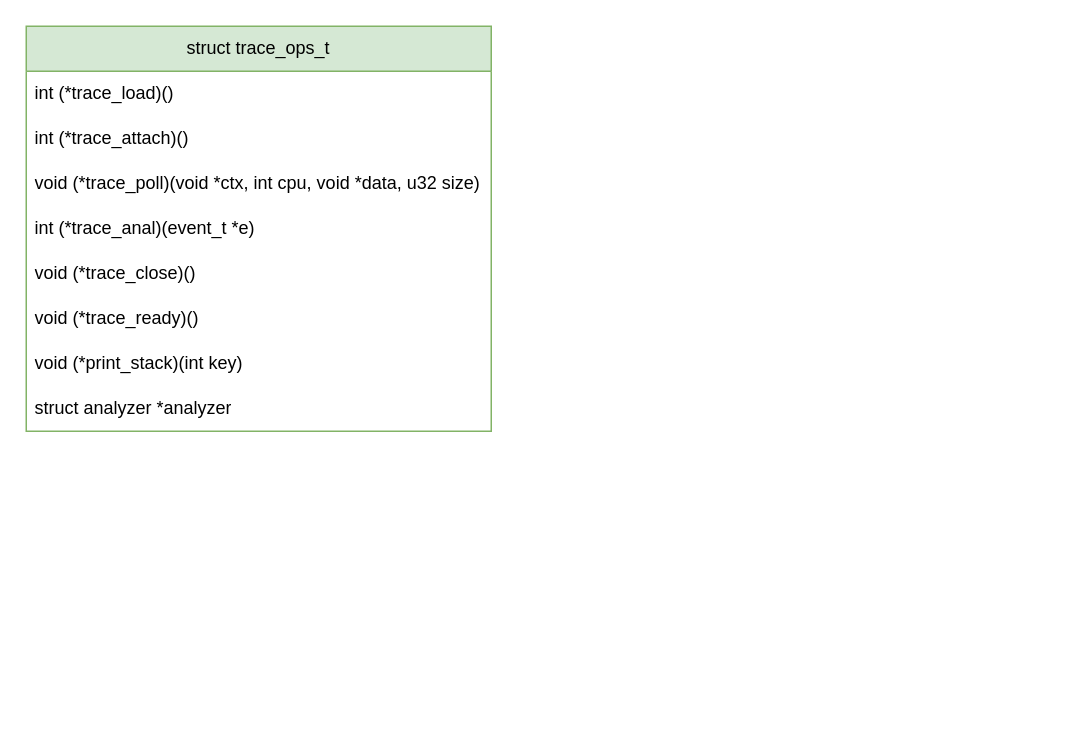
This is nettrace.drawio from casciiy/OS-Study, a draw.io file, before an edit. Source tidied: cells renumbered, new cells numbered last; positions are measured from the earlier drawing's top-left corner, leaving out a move shared by most shapes. Both pictures are drawn from the tidied source at 150%, with x=0, y=0 at pixel (26, 26).
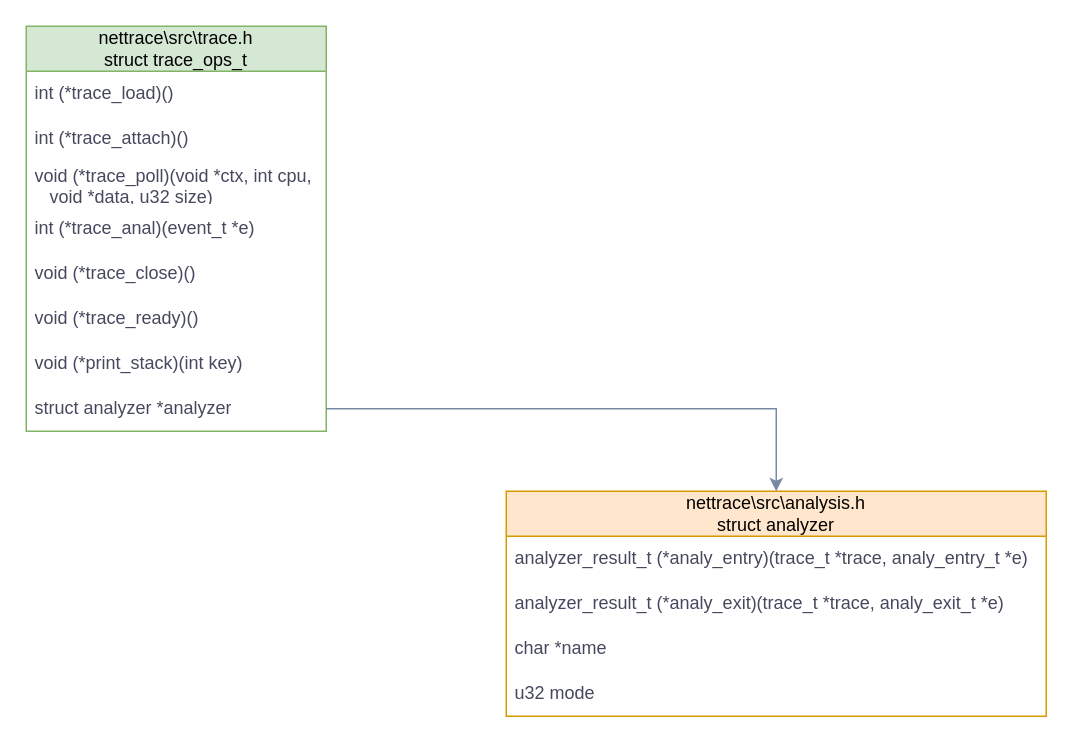
Above is the later version.

Diff of the diagram source:
```diff
@@
 <mxGraphModel>
   <root>
     <mxCell id="0" />
     <mxCell id="1" parent="0" />
-    <mxCell id="2" value="struct trace_ops_t" style="swimlane;fontStyle=0;horizontal=1;startSize=30;whiteSpace=wrap;html=1;fillColor=#d5e8d4;strokeColor=#82b366;" parent="1" vertex="1">
-      <mxGeometry width="310" height="270" as="geometry" />
+    <mxCell id="2" value="nettrace\src\trace.h&lt;br&gt;struct trace_ops_t" style="swimlane;fontStyle=0;horizontal=1;startSize=30;whiteSpace=wrap;html=1;rounded=0;labelBackgroundColor=none;fillColor=#d5e8d4;strokeColor=#82b366;" parent="1" vertex="1">
+      <mxGeometry width="200" height="270" as="geometry" />
     </mxCell>
-    <mxCell id="3" value="int (*trace_load)()" style="text;strokeColor=none;fillColor=none;align=left;verticalAlign=middle;spacingLeft=4;spacingRight=4;overflow=hidden;whiteSpace=wrap;html=1;" parent="2" vertex="1">
-      <mxGeometry y="30" width="310" height="30" as="geometry" />
+    <mxCell id="3" value="int (*trace_load)()" style="text;strokeColor=none;fillColor=none;align=left;verticalAlign=middle;spacingLeft=4;spacingRight=4;overflow=hidden;whiteSpace=wrap;html=1;rounded=0;labelBackgroundColor=none;fontColor=#46495D;" parent="2" vertex="1">
+      <mxGeometry y="30" width="200" height="30" as="geometry" />
     </mxCell>
-    <mxCell id="4" value="int (*trace_attach)()" style="text;strokeColor=none;fillColor=none;align=left;verticalAlign=middle;spacingLeft=4;spacingRight=4;overflow=hidden;whiteSpace=wrap;html=1;" parent="2" vertex="1">
-      <mxGeometry y="60" width="310" height="30" as="geometry" />
+    <mxCell id="4" value="int (*trace_attach)()" style="text;strokeColor=none;fillColor=none;align=left;verticalAlign=middle;spacingLeft=4;spacingRight=4;overflow=hidden;whiteSpace=wrap;html=1;rounded=0;labelBackgroundColor=none;fontColor=#46495D;" parent="2" vertex="1">
+      <mxGeometry y="60" width="200" height="30" as="geometry" />
     </mxCell>
-    <mxCell id="5" value="void (*trace_poll)(void *ctx, int cpu, void *data, u32 size)" style="text;strokeColor=none;fillColor=none;align=left;verticalAlign=middle;spacingLeft=4;spacingRight=4;overflow=hidden;whiteSpace=wrap;html=1;" parent="2" vertex="1">
-      <mxGeometry y="90" width="310" height="30" as="geometry" />
+    <mxCell id="5" value="void (*trace_poll)(void *ctx, int cpu, &lt;br&gt;&lt;span style=&quot;white-space: pre;&quot;&gt; &lt;/span&gt;&lt;span style=&quot;white-space: pre;&quot;&gt; &lt;/span&gt;&lt;span style=&quot;white-space: pre;&quot;&gt; &lt;/span&gt;void *data, u32 size)" style="text;strokeColor=none;fillColor=none;align=left;verticalAlign=middle;spacingLeft=4;spacingRight=4;overflow=hidden;whiteSpace=wrap;html=1;rounded=0;labelBackgroundColor=none;fontColor=#46495D;" parent="2" vertex="1">
+      <mxGeometry y="90" width="200" height="30" as="geometry" />
     </mxCell>
-    <mxCell id="6" value="int (*trace_anal)(event_t *e)" style="text;strokeColor=none;fillColor=none;align=left;verticalAlign=middle;spacingLeft=4;spacingRight=4;overflow=hidden;whiteSpace=wrap;html=1;" parent="2" vertex="1">
-      <mxGeometry y="120" width="310" height="30" as="geometry" />
+    <mxCell id="6" value="int (*trace_anal)(event_t *e)" style="text;strokeColor=none;fillColor=none;align=left;verticalAlign=middle;spacingLeft=4;spacingRight=4;overflow=hidden;whiteSpace=wrap;html=1;rounded=0;labelBackgroundColor=none;fontColor=#46495D;" parent="2" vertex="1">
+      <mxGeometry y="120" width="200" height="30" as="geometry" />
     </mxCell>
-    <mxCell id="7" value="void (*trace_close)()" style="text;strokeColor=none;fillColor=none;align=left;verticalAlign=middle;spacingLeft=4;spacingRight=4;overflow=hidden;whiteSpace=wrap;html=1;" parent="2" vertex="1">
-      <mxGeometry y="150" width="310" height="30" as="geometry" />
+    <mxCell id="7" value="void (*trace_close)()" style="text;strokeColor=none;fillColor=none;align=left;verticalAlign=middle;spacingLeft=4;spacingRight=4;overflow=hidden;whiteSpace=wrap;html=1;rounded=0;labelBackgroundColor=none;fontColor=#46495D;" parent="2" vertex="1">
+      <mxGeometry y="150" width="200" height="30" as="geometry" />
     </mxCell>
-    <mxCell id="8" value="void (*trace_ready)()" style="text;strokeColor=none;fillColor=none;align=left;verticalAlign=middle;spacingLeft=4;spacingRight=4;overflow=hidden;whiteSpace=wrap;html=1;" parent="2" vertex="1">
-      <mxGeometry y="180" width="310" height="30" as="geometry" />
+    <mxCell id="8" value="void (*trace_ready)()" style="text;strokeColor=none;fillColor=none;align=left;verticalAlign=middle;spacingLeft=4;spacingRight=4;overflow=hidden;whiteSpace=wrap;html=1;rounded=0;labelBackgroundColor=none;fontColor=#46495D;" parent="2" vertex="1">
+      <mxGeometry y="180" width="200" height="30" as="geometry" />
     </mxCell>
-    <mxCell id="9" value="void (*print_stack)(int key)" style="text;strokeColor=none;fillColor=none;align=left;verticalAlign=middle;spacingLeft=4;spacingRight=4;overflow=hidden;whiteSpace=wrap;html=1;" parent="2" vertex="1">
-      <mxGeometry y="210" width="310" height="30" as="geometry" />
+    <mxCell id="9" value="void (*print_stack)(int key)" style="text;strokeColor=none;fillColor=none;align=left;verticalAlign=middle;spacingLeft=4;spacingRight=4;overflow=hidden;whiteSpace=wrap;html=1;rounded=0;labelBackgroundColor=none;fontColor=#46495D;" parent="2" vertex="1">
+      <mxGeometry y="210" width="200" height="30" as="geometry" />
     </mxCell>
-    <mxCell id="10" value="struct analyzer *analyzer" style="text;strokeColor=none;fillColor=none;align=left;verticalAlign=middle;spacingLeft=4;spacingRight=4;overflow=hidden;points=[[0,0.5],[1,0.5]];portConstraint=eastwest;whiteSpace=wrap;html=1;" parent="2" vertex="1">
-      <mxGeometry y="240" width="310" height="30" as="geometry" />
+    <mxCell id="10" value="struct analyzer *analyzer" style="text;strokeColor=none;fillColor=none;align=left;verticalAlign=middle;spacingLeft=4;spacingRight=4;overflow=hidden;points=[[0,0.5],[1,0.5]];portConstraint=eastwest;whiteSpace=wrap;html=1;rounded=0;labelBackgroundColor=none;fontColor=#46495D;" parent="2" vertex="1">
+      <mxGeometry y="240" width="200" height="30" as="geometry" />
     </mxCell>
+    <mxCell id="11" value="nettrace\src\analysis.h&lt;br&gt;struct analyzer" style="swimlane;fontStyle=0;horizontal=1;startSize=30;whiteSpace=wrap;html=1;rounded=0;labelBackgroundColor=none;fillColor=#ffe6cc;strokeColor=#d79b00;" parent="1" vertex="1">
+      <mxGeometry x="320" y="310" width="360" height="150" as="geometry" />
+    </mxCell>
+    <mxCell id="12" value="analyzer_result_t (*analy_entry)(trace_t *trace, analy_entry_t *e)" style="text;strokeColor=none;fillColor=none;align=left;verticalAlign=middle;spacingLeft=4;spacingRight=4;overflow=hidden;whiteSpace=wrap;html=1;rounded=0;labelBackgroundColor=none;fontColor=#46495D;" parent="11" vertex="1">
+      <mxGeometry y="30" width="360" height="30" as="geometry" />
+    </mxCell>
+    <mxCell id="13" value="analyzer_result_t (*analy_exit)(trace_t *trace, analy_exit_t *e)" style="text;strokeColor=none;fillColor=none;align=left;verticalAlign=middle;spacingLeft=4;spacingRight=4;overflow=hidden;whiteSpace=wrap;html=1;rounded=0;labelBackgroundColor=none;fontColor=#46495D;" parent="11" vertex="1">
+      <mxGeometry y="60" width="360" height="30" as="geometry" />
+    </mxCell>
+    <mxCell id="14" value="char *name" style="text;strokeColor=none;fillColor=none;align=left;verticalAlign=middle;spacingLeft=4;spacingRight=4;overflow=hidden;whiteSpace=wrap;html=1;rounded=0;labelBackgroundColor=none;fontColor=#46495D;" parent="11" vertex="1">
+      <mxGeometry y="90" width="360" height="30" as="geometry" />
+    </mxCell>
+    <mxCell id="15" value="u32 mode" style="text;strokeColor=none;fillColor=none;align=left;verticalAlign=middle;spacingLeft=4;spacingRight=4;overflow=hidden;whiteSpace=wrap;html=1;rounded=0;labelBackgroundColor=none;fontColor=#46495D;" parent="11" vertex="1">
+      <mxGeometry y="120" width="360" height="30" as="geometry" />
+    </mxCell>
+    <mxCell id="16" style="edgeStyle=orthogonalEdgeStyle;rounded=0;jettySize=auto;html=1;exitX=1;exitY=0.5;exitDx=0;exitDy=0;entryX=0.5;entryY=0;entryDx=0;entryDy=0;labelBackgroundColor=none;fontColor=default;strokeColor=#788AA3;" parent="1" edge="1" source="10" target="11">
+      <mxGeometry relative="1" as="geometry" />
+    </mxCell>
   </root>
 </mxGraphModel>
```
